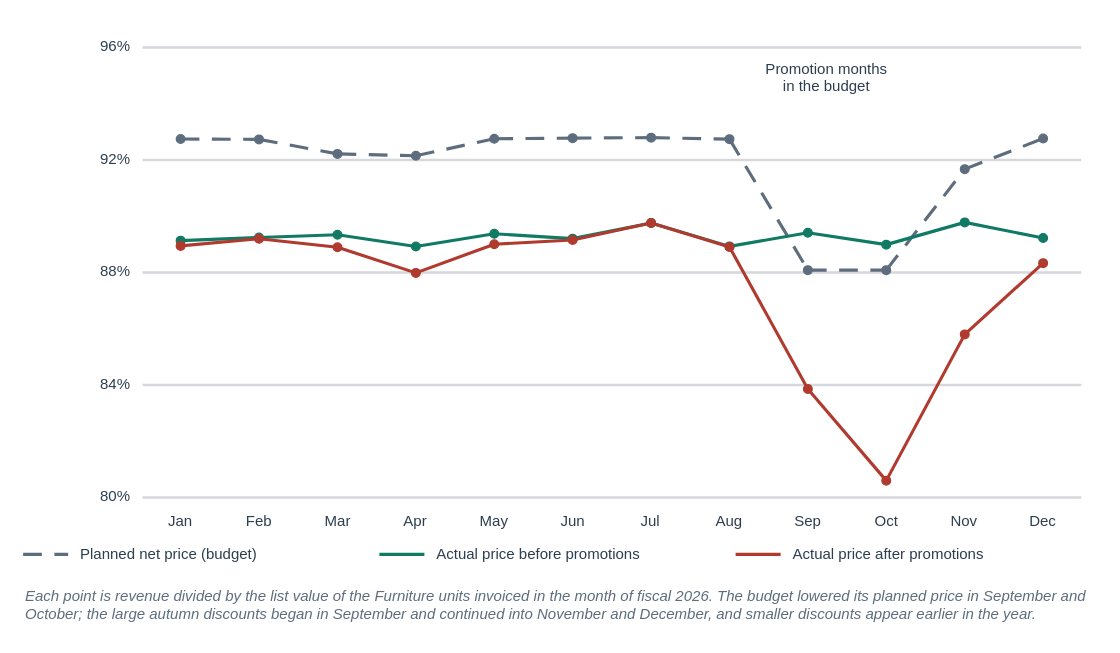
Earlier version of the draw.io diagram visuals/src/fig-07-06-furniture-price-by-month.drawio (mmcodesso/Accounting_Analytics_Book). Source tidied: cells renumbered, new cells numbered last; positions are measured from the earlier drawing's top-left corner, leaving out a move shared by most shapes. Both pictures are drawn from the tidied source at 125%, with x=0, y=0 at pixel (22, 21).
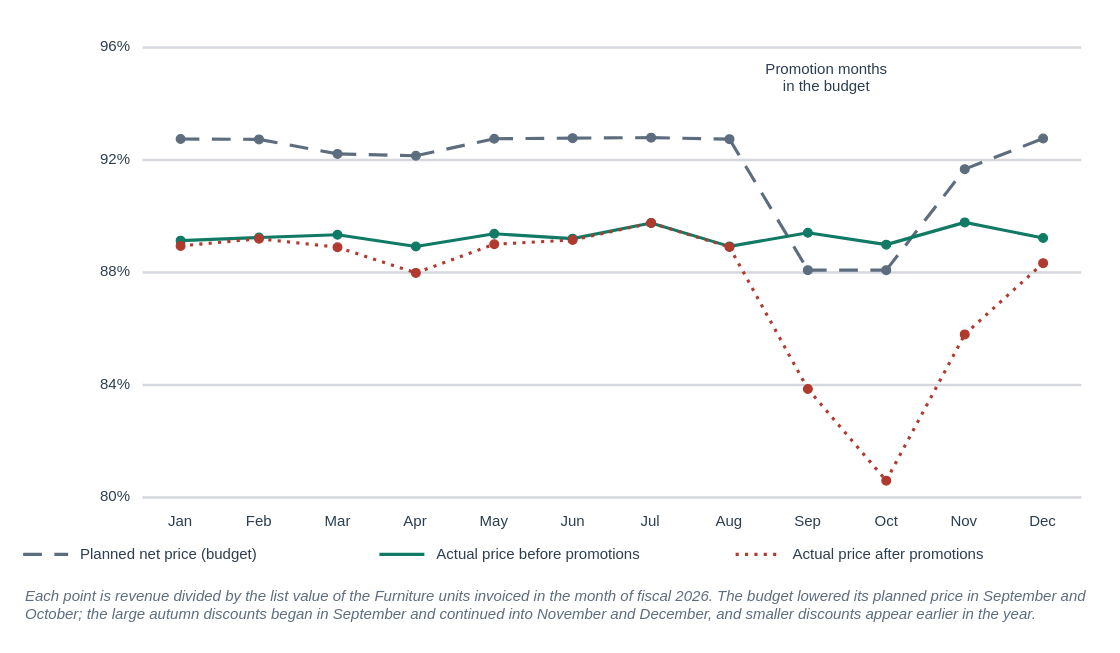
Above is the later version.

Change to the diagram source:
```diff
@@
-    <mxCell id="59" style="endArrow=none;startArrow=none;html=1;strokeColor=#B03A2E;strokeWidth=2.5;" parent="1" edge="1">
+    <mxCell id="59" style="endArrow=none;startArrow=none;html=1;strokeColor=#B03A2E;strokeWidth=2.5;dashed=1;dashPattern=1 2;" parent="1" edge="1">
       <mxGeometry relative="1" as="geometry">
         <mxPoint x="126" y="179.2" as="sourcePoint" />
         <mxPoint x="188.7" y="173.5" as="targetPoint" />
       </mxGeometry>
     </mxCell>
-    <mxCell id="60" style="endArrow=none;startArrow=none;html=1;strokeColor=#B03A2E;strokeWidth=2.5;" parent="1" edge="1">
+    <mxCell id="60" style="endArrow=none;startArrow=none;html=1;strokeColor=#B03A2E;strokeWidth=2.5;dashed=1;dashPattern=1 2;" parent="1" edge="1">
       <mxGeometry relative="1" as="geometry">
         <mxPoint x="188.7" y="173.5" as="sourcePoint" />
         <mxPoint x="251.5" y="180.3" as="targetPoint" />
       </mxGeometry>
     </mxCell>
-    <mxCell id="61" style="endArrow=none;startArrow=none;html=1;strokeColor=#B03A2E;strokeWidth=2.5;" parent="1" edge="1">
+    <mxCell id="61" style="endArrow=none;startArrow=none;html=1;strokeColor=#B03A2E;strokeWidth=2.5;dashed=1;dashPattern=1 2;" parent="1" edge="1">
       <mxGeometry relative="1" as="geometry">
         <mxPoint x="251.5" y="180.3" as="sourcePoint" />
         <mxPoint x="314.2" y="200.8" as="targetPoint" />
       </mxGeometry>
     </mxCell>
-    <mxCell id="62" style="endArrow=none;startArrow=none;html=1;strokeColor=#B03A2E;strokeWidth=2.5;" parent="1" edge="1">
+    <mxCell id="62" style="endArrow=none;startArrow=none;html=1;strokeColor=#B03A2E;strokeWidth=2.5;dashed=1;dashPattern=1 2;" parent="1" edge="1">
       <mxGeometry relative="1" as="geometry">
         <mxPoint x="314.2" y="200.8" as="sourcePoint" />
         <mxPoint x="376.9" y="177.9" as="targetPoint" />
       </mxGeometry>
     </mxCell>
-    <mxCell id="63" style="endArrow=none;startArrow=none;html=1;strokeColor=#B03A2E;strokeWidth=2.5;" parent="1" edge="1">
+    <mxCell id="63" style="endArrow=none;startArrow=none;html=1;strokeColor=#B03A2E;strokeWidth=2.5;dashed=1;dashPattern=1 2;" parent="1" edge="1">
       <mxGeometry relative="1" as="geometry">
         <mxPoint x="376.9" y="177.9" as="sourcePoint" />
         <mxPoint x="439.6" y="174.5" as="targetPoint" />
       </mxGeometry>
     </mxCell>
-    <mxCell id="64" style="endArrow=none;startArrow=none;html=1;strokeColor=#B03A2E;strokeWidth=2.5;" parent="1" edge="1">
+    <mxCell id="64" style="endArrow=none;startArrow=none;html=1;strokeColor=#B03A2E;strokeWidth=2.5;dashed=1;dashPattern=1 2;" parent="1" edge="1">
       <mxGeometry relative="1" as="geometry">
         <mxPoint x="439.6" y="174.5" as="sourcePoint" />
         <mxPoint x="502.4" y="160.9" as="targetPoint" />
       </mxGeometry>
     </mxCell>
-    <mxCell id="65" style="endArrow=none;startArrow=none;html=1;strokeColor=#B03A2E;strokeWidth=2.5;" parent="1" edge="1">
+    <mxCell id="65" style="endArrow=none;startArrow=none;html=1;strokeColor=#B03A2E;strokeWidth=2.5;dashed=1;dashPattern=1 2;" parent="1" edge="1">
       <mxGeometry relative="1" as="geometry">
         <mxPoint x="502.4" y="160.9" as="sourcePoint" />
         <mxPoint x="565.1" y="180.1" as="targetPoint" />
       </mxGeometry>
     </mxCell>
-    <mxCell id="66" style="endArrow=none;startArrow=none;html=1;strokeColor=#B03A2E;strokeWidth=2.5;" parent="1" edge="1">
+    <mxCell id="66" style="endArrow=none;startArrow=none;html=1;strokeColor=#B03A2E;strokeWidth=2.5;dashed=1;dashPattern=1 2;" parent="1" edge="1">
       <mxGeometry relative="1" as="geometry">
         <mxPoint x="565.1" y="180.1" as="sourcePoint" />
         <mxPoint x="627.8" y="293.7" as="targetPoint" />
       </mxGeometry>
     </mxCell>
-    <mxCell id="67" style="endArrow=none;startArrow=none;html=1;strokeColor=#B03A2E;strokeWidth=2.5;" parent="1" edge="1">
+    <mxCell id="67" style="endArrow=none;startArrow=none;html=1;strokeColor=#B03A2E;strokeWidth=2.5;dashed=1;dashPattern=1 2;" parent="1" edge="1">
       <mxGeometry relative="1" as="geometry">
         <mxPoint x="627.8" y="293.7" as="sourcePoint" />
         <mxPoint x="690.5" y="367" as="targetPoint" />
       </mxGeometry>
     </mxCell>
-    <mxCell id="68" style="endArrow=none;startArrow=none;html=1;strokeColor=#B03A2E;strokeWidth=2.5;" parent="1" edge="1">
+    <mxCell id="68" style="endArrow=none;startArrow=none;html=1;strokeColor=#B03A2E;strokeWidth=2.5;dashed=1;dashPattern=1 2;" parent="1" edge="1">
       <mxGeometry relative="1" as="geometry">
         <mxPoint x="690.5" y="367" as="sourcePoint" />
         <mxPoint x="753.3" y="250" as="targetPoint" />
       </mxGeometry>
     </mxCell>
-    <mxCell id="69" style="endArrow=none;startArrow=none;html=1;strokeColor=#B03A2E;strokeWidth=2.5;" parent="1" edge="1">
+    <mxCell id="69" style="endArrow=none;startArrow=none;html=1;strokeColor=#B03A2E;strokeWidth=2.5;dashed=1;dashPattern=1 2;" parent="1" edge="1">
       <mxGeometry relative="1" as="geometry">
         <mxPoint x="753.3" y="250" as="sourcePoint" />
         <mxPoint x="816" y="193" as="targetPoint" />
       </mxGeometry>
     </mxCell>
@@
-    <mxCell id="99" style="endArrow=none;startArrow=none;html=1;strokeColor=#B03A2E;strokeWidth=2.5;" parent="1" edge="1">
+    <mxCell id="99" style="endArrow=none;startArrow=none;html=1;strokeColor=#B03A2E;strokeWidth=2.5;dashed=1;dashPattern=1 2;" parent="1" edge="1">
       <mxGeometry relative="1" as="geometry">
         <mxPoint x="570" y="426" as="sourcePoint" />
         <mxPoint x="606" y="426" as="targetPoint" />
       </mxGeometry>
     </mxCell>
```
